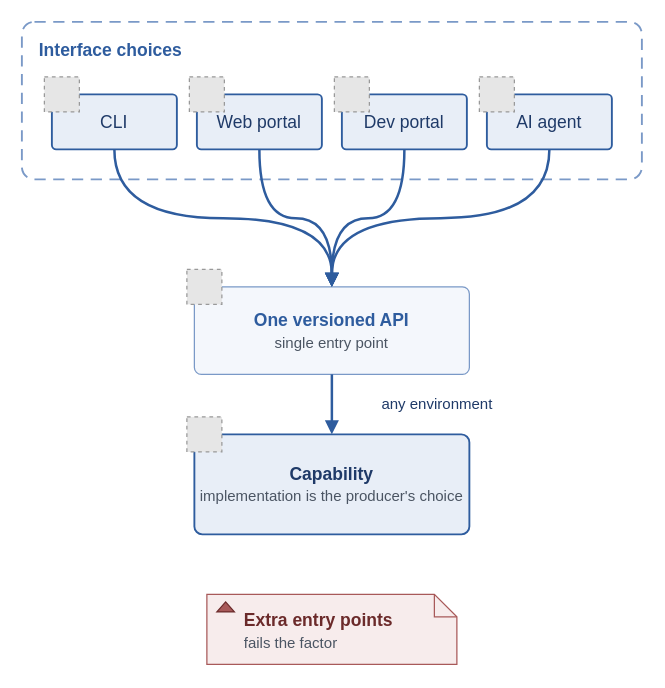
Before: page "PCF Diagram" (9 of 13) of diagrams/pcf-community-draft.drawio in missBerg/platform-capabilities, a draw.io diagram. Source tidied: cells renumbered, new cells numbered last; positions are measured from the earlier drawing's top-left corner, leaving out a move shared by most shapes. Both pictures are drawn from the tidied source at 125%, with x=0, y=0 at pixel (21, 21). Pictures stored in the file or linked from it are replaced by grey dashed boxes.
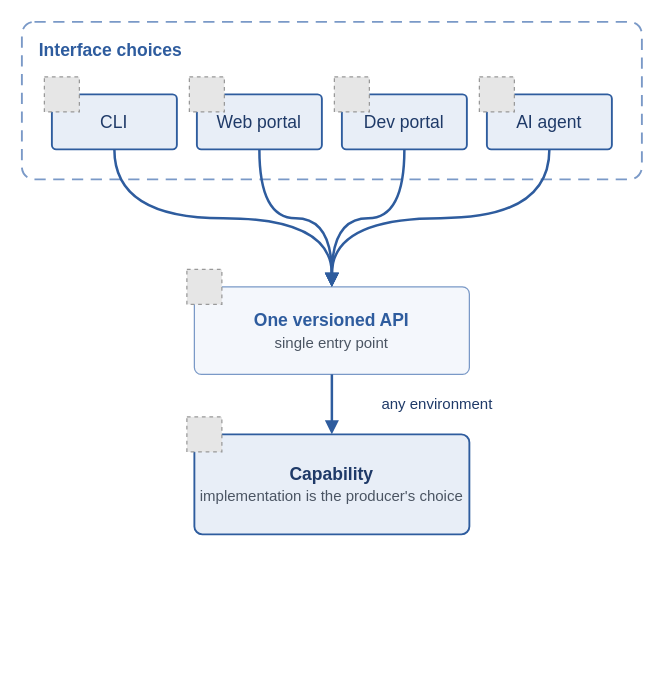
Above is the later version.

The edit, as a diff of the source:
```diff
@@
-    <mxCell id="15" value="&lt;b&gt;Extra entry points&lt;/b&gt;&lt;br&gt;&lt;font style=&quot;font-size: 12px&quot; color=&quot;#4B5563&quot;&gt;fails the factor&lt;/font&gt;" style="shape=note;whiteSpace=wrap;html=1;backgroundOutline=1;fillColor=#F7ECEC;strokeColor=#A85959;strokeWidth=1;fontColor=#6B2A2A;fontFamily=Helvetica;fontSize=14;align=left;verticalAlign=top;spacingLeft=28;spacingTop=6;spacingRight=8;shadow=0;size=18;" parent="1" vertex="1">
-      <mxGeometry x="148" y="458" width="200" height="56" as="geometry" />
-    </mxCell>
-    <mxCell id="16" style="shape=triangle;direction=north;fillColor=#A85959;strokeColor=#6B2A2A;html=1;shadow=0;" parent="1" vertex="1">
-      <mxGeometry x="156" y="464" width="14" height="8" as="geometry" />
-    </mxCell>
```
